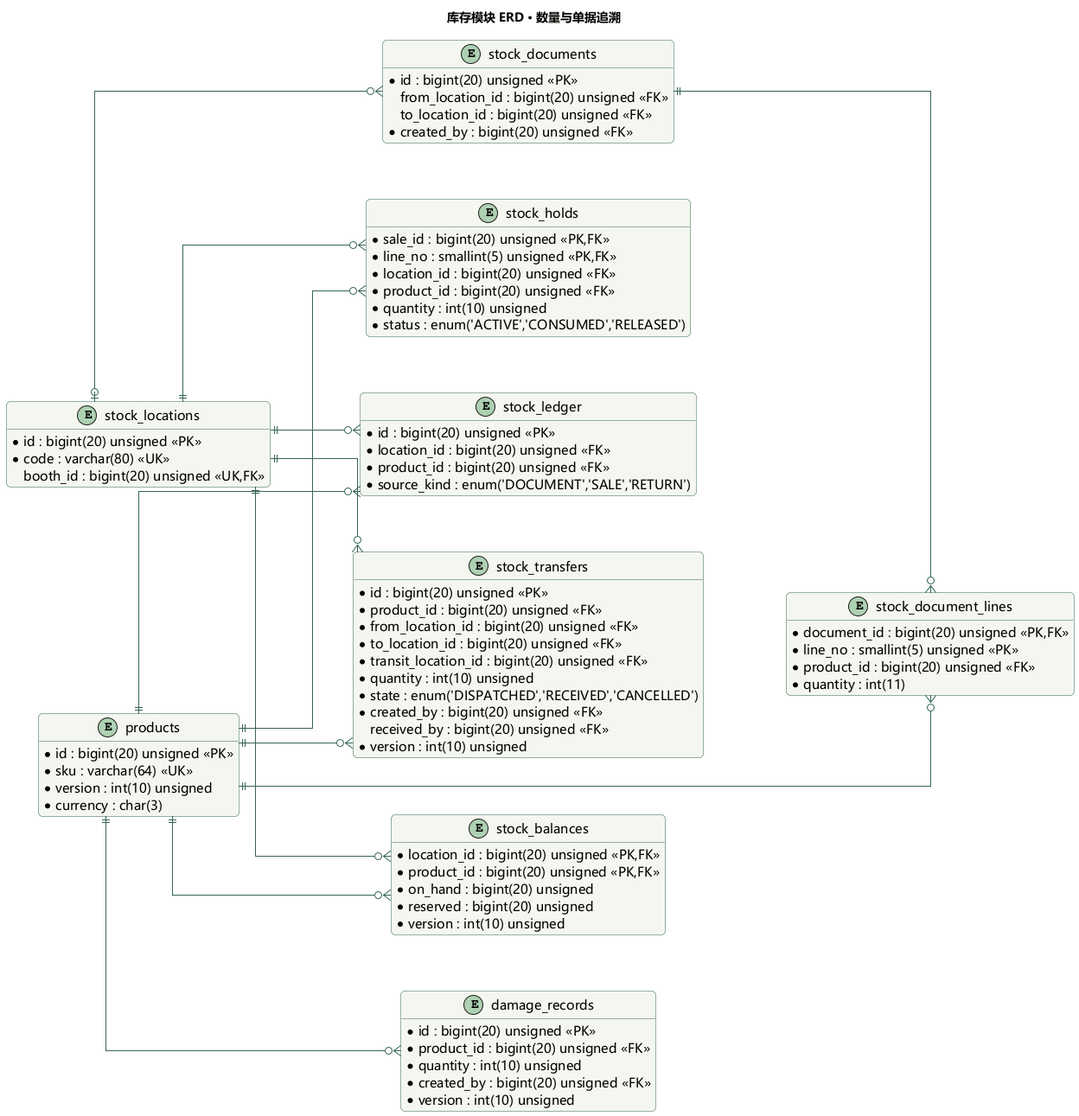
Above: docs/retail-operations/diagrams/03b-stock-erd.png in xingchenyd/foxcore-retail (PlantUML), before the change. The source it was exported from:
```plantuml
@startuml
skinparam defaultFontName Microsoft YaHei
skinparam defaultFontSize 15
skinparam backgroundColor #FFFFFF
skinparam shadowing false
skinparam roundcorner 10
skinparam ArrowColor #356553
skinparam LineColor #356553
skinparam packageStyle rectangle
skinparam classBackgroundColor #F4F7EF
skinparam classBorderColor #356553
skinparam usecaseBackgroundColor #F4F7EF
skinparam usecaseBorderColor #356553
skinparam stateBackgroundColor #F4F7EF
skinparam stateBorderColor #356553
skinparam noteBackgroundColor #FFF6DC
skinparam noteBorderColor #C7AB63
hide empty members
title 库存模块 ERD · 数量与单据追溯
left to right direction
hide methods
skinparam linetype ortho
skinparam nodesep 65
skinparam ranksep 95
entity "damage_records" as damage_records {
 {field} * id : bigint(20) unsigned <<PK>>
 {field} * product_id : bigint(20) unsigned <<FK>>
 {field} * quantity : int(10) unsigned
 {field} * created_by : bigint(20) unsigned <<FK>>
 {field} * version : int(10) unsigned
}
entity "products" as products {
 {field} * id : bigint(20) unsigned <<PK>>
 {field} * sku : varchar(64) <<UK>>
 {field} * version : int(10) unsigned
 {field} * currency : char(3)
}
entity "stock_balances" as stock_balances {
 {field} * location_id : bigint(20) unsigned <<PK,FK>>
 {field} * product_id : bigint(20) unsigned <<PK,FK>>
 {field} * on_hand : bigint(20) unsigned
 {field} * reserved : bigint(20) unsigned
 {field} * version : int(10) unsigned
}
entity "stock_documents" as stock_documents {
 {field} * id : bigint(20) unsigned <<PK>>
 {field} from_location_id : bigint(20) unsigned <<FK>>
 {field} to_location_id : bigint(20) unsigned <<FK>>
 {field} * created_by : bigint(20) unsigned <<FK>>
}
entity "stock_document_lines" as stock_document_lines {
 {field} * document_id : bigint(20) unsigned <<PK,FK>>
 {field} * line_no : smallint(5) unsigned <<PK>>
 {field} * product_id : bigint(20) unsigned <<FK>>
 {field} * quantity : int(11)
}
entity "stock_holds" as stock_holds {
 {field} * sale_id : bigint(20) unsigned <<PK,FK>>
 {field} * line_no : smallint(5) unsigned <<PK,FK>>
 {field} * location_id : bigint(20) unsigned <<FK>>
 {field} * product_id : bigint(20) unsigned <<FK>>
 {field} * quantity : int(10) unsigned
 {field} * status : enum('ACTIVE','CONSUMED','RELEASED')
}
entity "stock_ledger" as stock_ledger {
 {field} * id : bigint(20) unsigned <<PK>>
 {field} * location_id : bigint(20) unsigned <<FK>>
 {field} * product_id : bigint(20) unsigned <<FK>>
 {field} * source_kind : enum('DOCUMENT','SALE','RETURN')
}
entity "stock_locations" as stock_locations {
 {field} * id : bigint(20) unsigned <<PK>>
 {field} * code : varchar(80) <<UK>>
 {field} booth_id : bigint(20) unsigned <<UK,FK>>
}
entity "stock_transfers" as stock_transfers {
 {field} * id : bigint(20) unsigned <<PK>>
 {field} * product_id : bigint(20) unsigned <<FK>>
 {field} * from_location_id : bigint(20) unsigned <<FK>>
 {field} * to_location_id : bigint(20) unsigned <<FK>>
 {field} * transit_location_id : bigint(20) unsigned <<FK>>
 {field} * quantity : int(10) unsigned
 {field} * state : enum('DISPATCHED','RECEIVED','CANCELLED')
 {field} * created_by : bigint(20) unsigned <<FK>>
 {field} received_by : bigint(20) unsigned <<FK>>
 {field} * version : int(10) unsigned
}
products ||--o{ damage_records
stock_locations ||--o{ stock_balances
products ||--o{ stock_balances
stock_locations |o--o{ stock_documents
stock_documents ||--o{ stock_document_lines
products ||--o{ stock_document_lines
stock_locations ||--o{ stock_holds
products ||--o{ stock_holds
stock_locations ||--o{ stock_ledger
products ||--o{ stock_ledger
stock_locations ||--o{ stock_transfers
products ||--o{ stock_transfers
@enduml
```
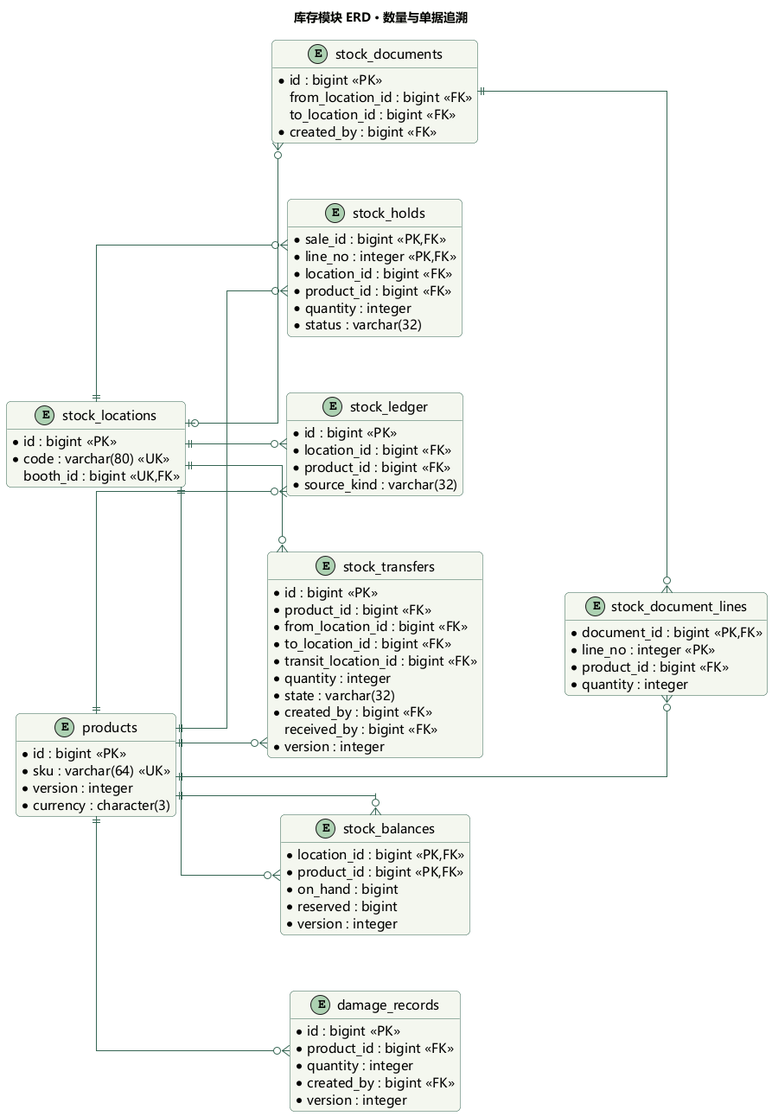
After the commit.

The edit, as a diff of the source:
```diff
@@ -23,67 +23,67 @@
 skinparam nodesep 65
 skinparam ranksep 95
 entity "damage_records" as damage_records {
- {field} * id : bigint(20) unsigned <<PK>>
- {field} * product_id : bigint(20) unsigned <<FK>>
- {field} * quantity : int(10) unsigned
- {field} * created_by : bigint(20) unsigned <<FK>>
- {field} * version : int(10) unsigned
+ {field} * id : bigint <<PK>>
+ {field} * product_id : bigint <<FK>>
+ {field} * quantity : integer
+ {field} * created_by : bigint <<FK>>
+ {field} * version : integer
 }
 entity "products" as products {
- {field} * id : bigint(20) unsigned <<PK>>
+ {field} * id : bigint <<PK>>
  {field} * sku : varchar(64) <<UK>>
- {field} * version : int(10) unsigned
- {field} * currency : char(3)
+ {field} * version : integer
+ {field} * currency : character(3)
 }
 entity "stock_balances" as stock_balances {
- {field} * location_id : bigint(20) unsigned <<PK,FK>>
- {field} * product_id : bigint(20) unsigned <<PK,FK>>
- {field} * on_hand : bigint(20) unsigned
- {field} * reserved : bigint(20) unsigned
- {field} * version : int(10) unsigned
+ {field} * location_id : bigint <<PK,FK>>
+ {field} * product_id : bigint <<PK,FK>>
+ {field} * on_hand : bigint
+ {field} * reserved : bigint
+ {field} * version : integer
 }
 entity "stock_documents" as stock_documents {
- {field} * id : bigint(20) unsigned <<PK>>
- {field} from_location_id : bigint(20) unsigned <<FK>>
- {field} to_location_id : bigint(20) unsigned <<FK>>
- {field} * created_by : bigint(20) unsigned <<FK>>
+ {field} * id : bigint <<PK>>
+ {field} from_location_id : bigint <<FK>>
+ {field} to_location_id : bigint <<FK>>
+ {field} * created_by : bigint <<FK>>
 }
 entity "stock_document_lines" as stock_document_lines {
- {field} * document_id : bigint(20) unsigned <<PK,FK>>
- {field} * line_no : smallint(5) unsigned <<PK>>
- {field} * product_id : bigint(20) unsigned <<FK>>
- {field} * quantity : int(11)
+ {field} * document_id : bigint <<PK,FK>>
+ {field} * line_no : integer <<PK>>
+ {field} * product_id : bigint <<FK>>
+ {field} * quantity : integer
 }
 entity "stock_holds" as stock_holds {
- {field} * sale_id : bigint(20) unsigned <<PK,FK>>
- {field} * line_no : smallint(5) unsigned <<PK,FK>>
- {field} * location_id : bigint(20) unsigned <<FK>>
- {field} * product_id : bigint(20) unsigned <<FK>>
- {field} * quantity : int(10) unsigned
- {field} * status : enum('ACTIVE','CONSUMED','RELEASED')
+ {field} * sale_id : bigint <<PK,FK>>
+ {field} * line_no : integer <<PK,FK>>
+ {field} * location_id : bigint <<FK>>
+ {field} * product_id : bigint <<FK>>
+ {field} * quantity : integer
+ {field} * status : varchar(32)
 }
 entity "stock_ledger" as stock_ledger {
- {field} * id : bigint(20) unsigned <<PK>>
- {field} * location_id : bigint(20) unsigned <<FK>>
- {field} * product_id : bigint(20) unsigned <<FK>>
- {field} * source_kind : enum('DOCUMENT','SALE','RETURN')
+ {field} * id : bigint <<PK>>
+ {field} * location_id : bigint <<FK>>
+ {field} * product_id : bigint <<FK>>
+ {field} * source_kind : varchar(32)
 }
 entity "stock_locations" as stock_locations {
- {field} * id : bigint(20) unsigned <<PK>>
+ {field} * id : bigint <<PK>>
  {field} * code : varchar(80) <<UK>>
- {field} booth_id : bigint(20) unsigned <<UK,FK>>
+ {field} booth_id : bigint <<UK,FK>>
 }
 entity "stock_transfers" as stock_transfers {
- {field} * id : bigint(20) unsigned <<PK>>
- {field} * product_id : bigint(20) unsigned <<FK>>
- {field} * from_location_id : bigint(20) unsigned <<FK>>
- {field} * to_location_id : bigint(20) unsigned <<FK>>
- {field} * transit_location_id : bigint(20) unsigned <<FK>>
- {field} * quantity : int(10) unsigned
- {field} * state : enum('DISPATCHED','RECEIVED','CANCELLED')
- {field} * created_by : bigint(20) unsigned <<FK>>
- {field} received_by : bigint(20) unsigned <<FK>>
- {field} * version : int(10) unsigned
+ {field} * id : bigint <<PK>>
+ {field} * product_id : bigint <<FK>>
+ {field} * from_location_id : bigint <<FK>>
+ {field} * to_location_id : bigint <<FK>>
+ {field} * transit_location_id : bigint <<FK>>
+ {field} * quantity : integer
+ {field} * state : varchar(32)
+ {field} * created_by : bigint <<FK>>
+ {field} received_by : bigint <<FK>>
+ {field} * version : integer
 }
 products ||--o{ damage_records
 stock_locations ||--o{ stock_balances
```
